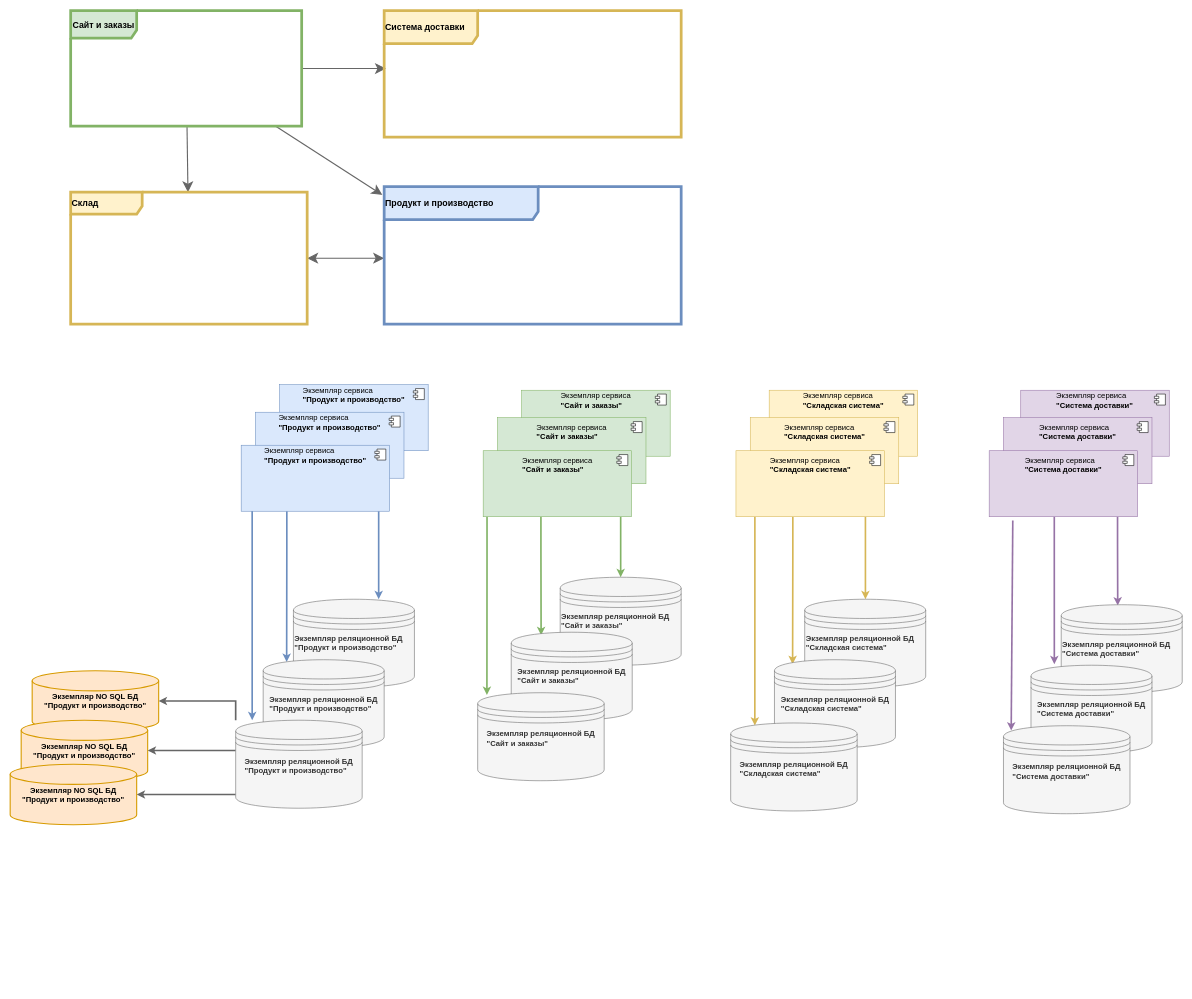
Above: Контекстная диаграмма.drawio in getitsoIved/examplesOfArtifacts (draw.io), before the change. Source tidied: cells renumbered, new cells numbered last; positions are measured from the earlier drawing's top-left corner, leaving out a move shared by most shapes. Both pictures are drawn from the tidied source at 55%, with x=0, y=0 at pixel (10, 10).
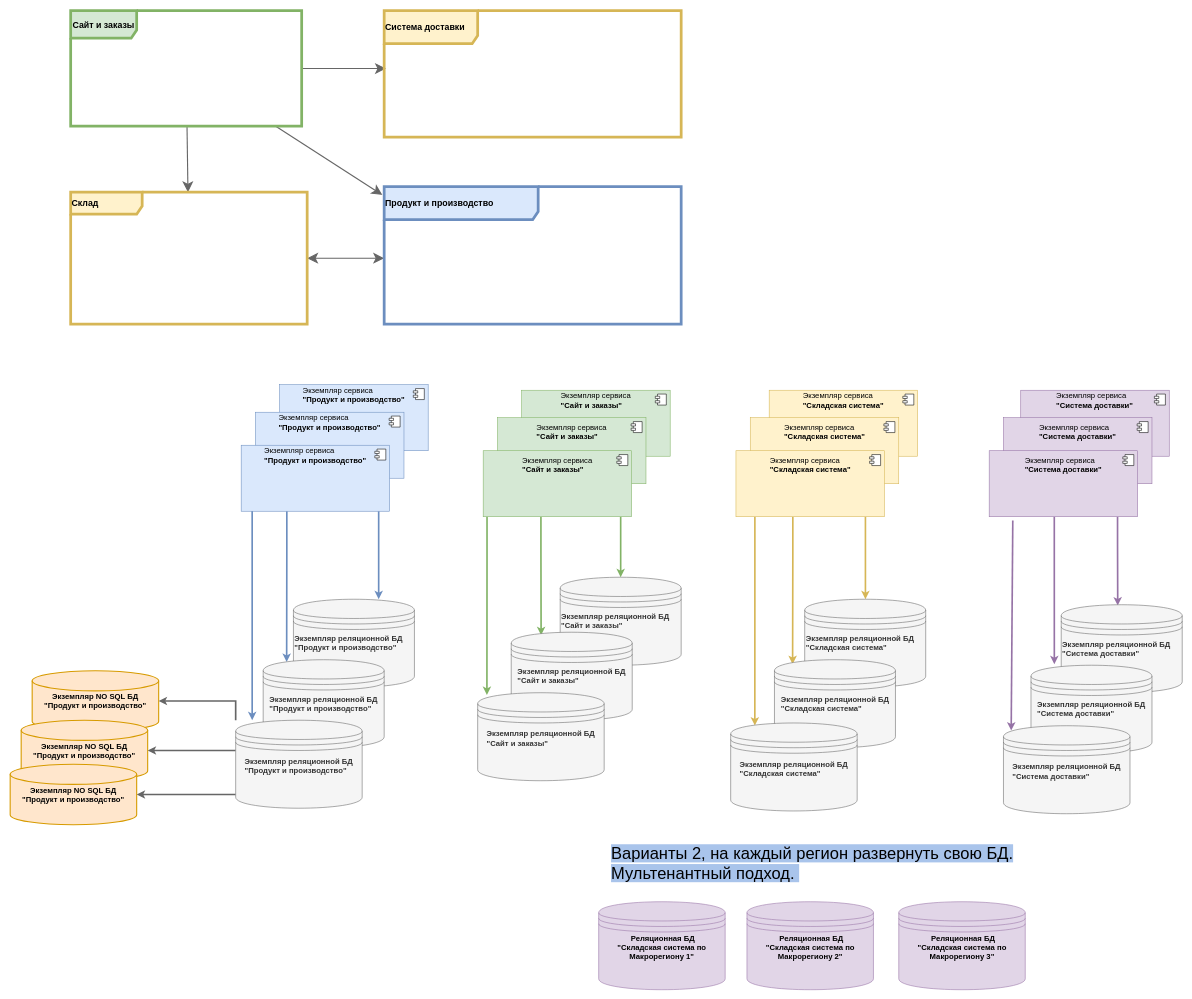
The same diagram, later.

The edit, as a diff of the source:
```diff
@@
+    <mxCell id="64" value="&lt;div style=&quot;&quot;&gt;&lt;b style=&quot;background-color: initial;&quot;&gt;&lt;font style=&quot;font-size: 14px;&quot;&gt;&amp;nbsp;Реляционная БД&lt;/font&gt;&lt;/b&gt;&lt;/div&gt;&lt;div style=&quot;font-weight: bold;&quot;&gt;&lt;b style=&quot;background-color: initial;&quot;&gt;&lt;font style=&quot;font-size: 14px;&quot;&gt;&quot;Складская система по Макрорегиону 1&quot;&lt;/font&gt;&lt;/b&gt;&lt;/div&gt;&lt;div style=&quot;&quot;&gt;&lt;b&gt;&lt;br&gt;&lt;/b&gt;&lt;/div&gt;&lt;br style=&quot;border-color: var(--border-color);&quot;&gt;&lt;div style=&quot;&quot;&gt;&lt;br&gt;&lt;/div&gt;" style="shape=datastore;whiteSpace=wrap;html=1;fillColor=#e1d5e7;strokeColor=#9673a6;align=center;" parent="1" vertex="1">
+      <mxGeometry x="1070" y="1620" width="230" height="160" as="geometry" />
+    </mxCell>
+    <mxCell id="65" value="&lt;div style=&quot;&quot;&gt;&lt;b style=&quot;background-color: initial;&quot;&gt;&lt;font style=&quot;font-size: 14px;&quot;&gt;&amp;nbsp;Реляционная БД&lt;/font&gt;&lt;/b&gt;&lt;/div&gt;&lt;div style=&quot;font-weight: bold;&quot;&gt;&lt;b style=&quot;background-color: initial;&quot;&gt;&lt;font style=&quot;font-size: 14px;&quot;&gt;&quot;Складская система по Макрорегиону 2&quot;&lt;/font&gt;&lt;/b&gt;&lt;/div&gt;&lt;div style=&quot;&quot;&gt;&lt;b&gt;&lt;br&gt;&lt;/b&gt;&lt;/div&gt;&lt;br style=&quot;border-color: var(--border-color);&quot;&gt;&lt;div style=&quot;&quot;&gt;&lt;br&gt;&lt;/div&gt;" style="shape=datastore;whiteSpace=wrap;html=1;fillColor=#e1d5e7;strokeColor=#9673a6;align=center;" parent="1" vertex="1">
+      <mxGeometry x="1339.6" y="1620" width="230" height="160" as="geometry" />
+    </mxCell>
+    <mxCell id="66" value="&lt;div style=&quot;&quot;&gt;&lt;b style=&quot;background-color: initial;&quot;&gt;&lt;font style=&quot;font-size: 14px;&quot;&gt;&amp;nbsp;Реляционная БД&lt;/font&gt;&lt;/b&gt;&lt;/div&gt;&lt;div style=&quot;font-weight: bold;&quot;&gt;&lt;b style=&quot;background-color: initial;&quot;&gt;&lt;font style=&quot;font-size: 14px;&quot;&gt;&quot;Складская система по Макрорегиону 3&quot;&lt;/font&gt;&lt;/b&gt;&lt;/div&gt;&lt;div style=&quot;&quot;&gt;&lt;b&gt;&lt;br&gt;&lt;/b&gt;&lt;/div&gt;&lt;br style=&quot;border-color: var(--border-color);&quot;&gt;&lt;div style=&quot;&quot;&gt;&lt;br&gt;&lt;/div&gt;" style="shape=datastore;whiteSpace=wrap;html=1;fillColor=#e1d5e7;strokeColor=#9673a6;align=center;" parent="1" vertex="1">
+      <mxGeometry x="1615.6" y="1620" width="230" height="160" as="geometry" />
+    </mxCell>
+    <mxCell id="67" value="&lt;font style=&quot;background-color: rgb(169, 196, 235); font-size: 30px;&quot;&gt;Варианты 2, на каждый регион развернуть свою БД. Мультенантный подход.&amp;nbsp;&lt;/font&gt;" style="text;html=1;strokeColor=none;fillColor=none;align=left;verticalAlign=middle;whiteSpace=wrap;rounded=0;" parent="1" vertex="1">
+      <mxGeometry x="1090.6" y="1510" width="780" height="80" as="geometry" />
+    </mxCell>
```
